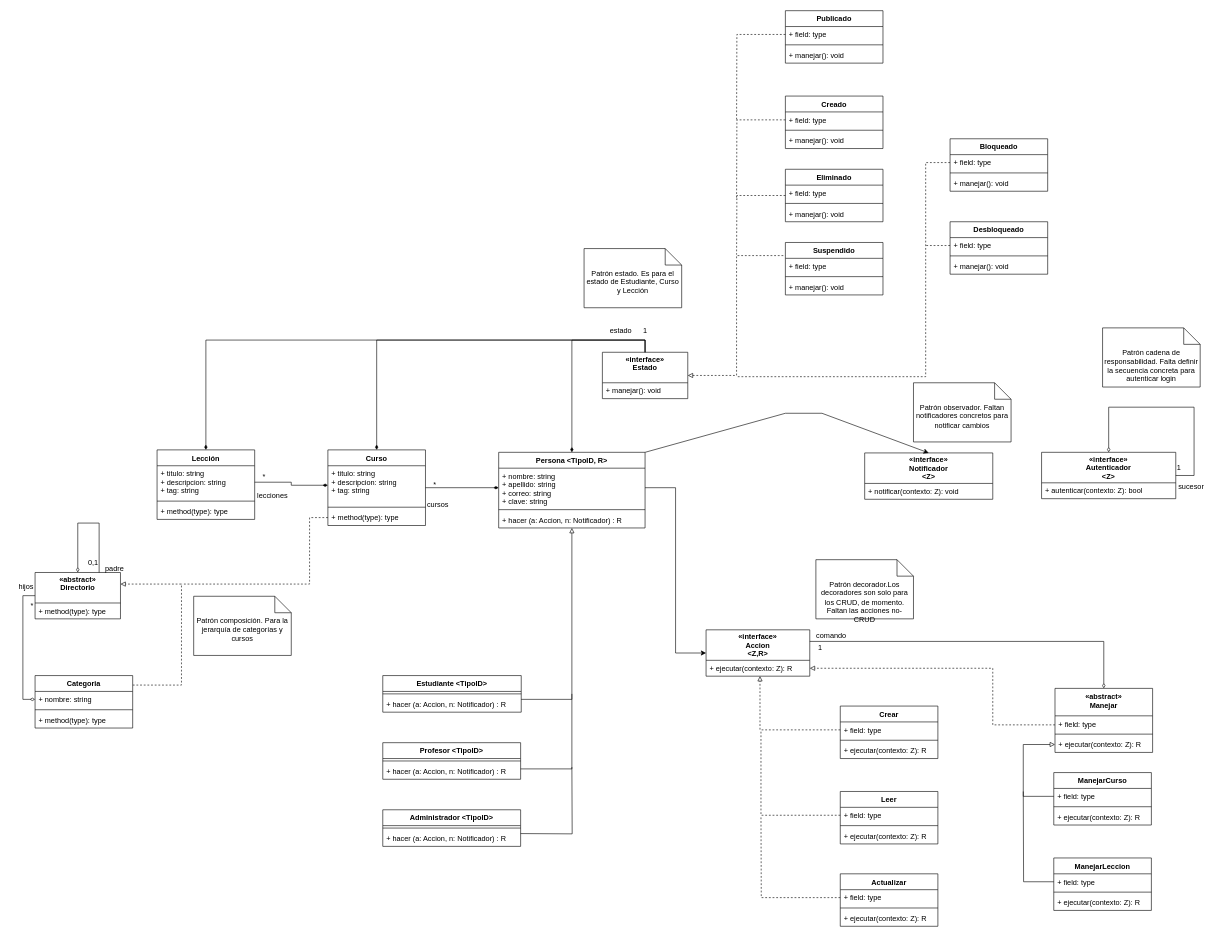
Above: page "Page-1" (1 of 2) of Propuesta1ProyectoDesarrollo.drawio in ernestod10/Diagramas (draw.io), before the change. Source tidied: cells renumbered, new cells numbered last; positions are measured from the earlier drawing's top-left corner, leaving out a move shared by most shapes. Both pictures are drawn from the tidied source at 61%, with x=0, y=0 at pixel (10, 10).
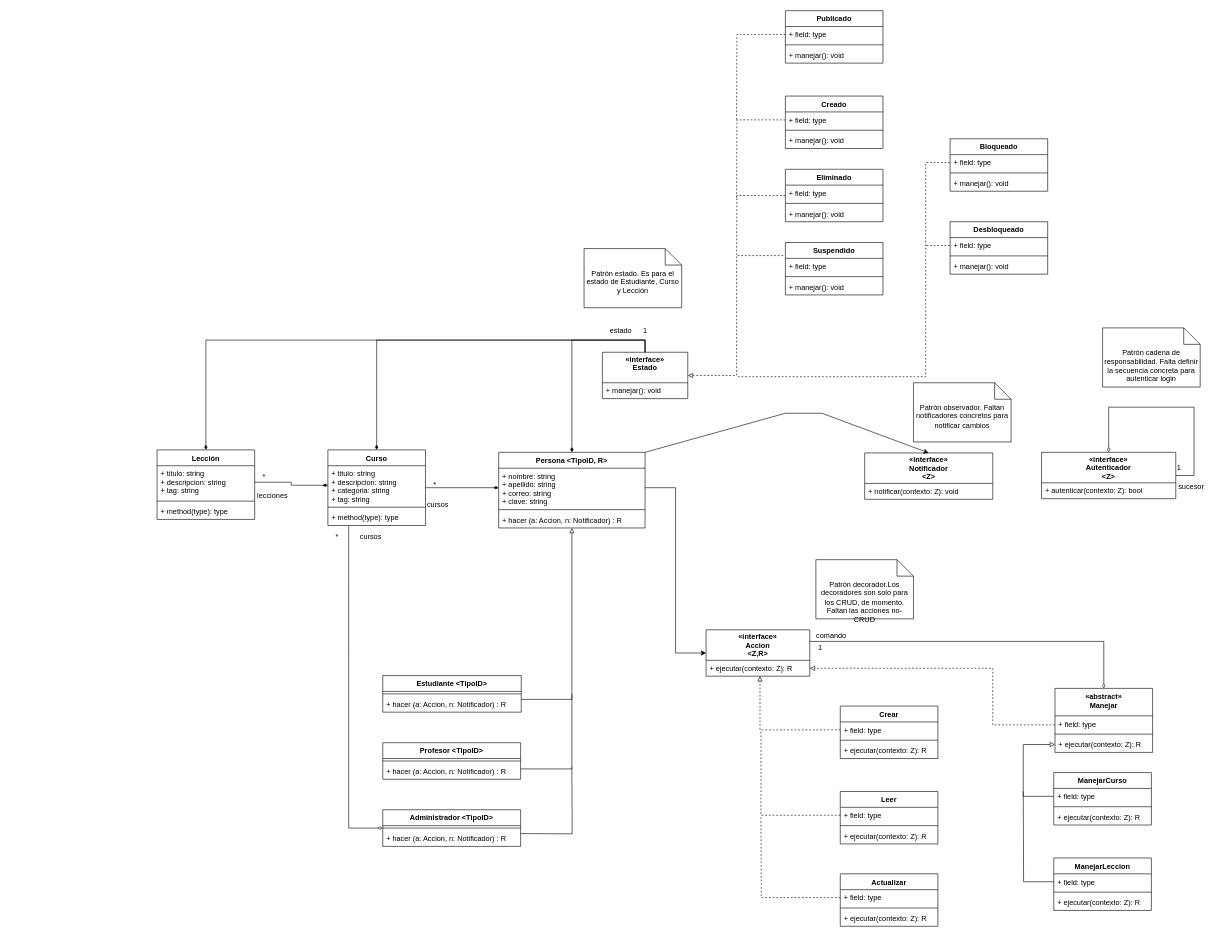
Above is the later version.

Commit message:
Update Propuesta1ProyectoDesarrollo.drawio (Patrón Composición Eliminado)

Unchanged cells that the change refers to:
```xml
<mxCell id="14" value="Administrador &lt;TipoID&gt;" style="swimlane;fontStyle=1;align=center;verticalAlign=top;horizontal=1;startSize=26;" parent="1" vertex="1">
  <mxGeometry x="610" y="1310" width="226" height="60" as="geometry" />
</mxCell>
<mxCell id="27" value="Curso" style="swimlane;fontStyle=1;align=center;verticalAlign=top;horizontal=1;startSize=26;" parent="1" vertex="1">
  <mxGeometry x="520" y="720" width="160" height="124" as="geometry" />
</mxCell>
<mxCell id="30" value="+ method(type): type" style="text;strokeColor=none;fillColor=none;align=left;verticalAlign=top;spacingLeft=4;spacingRight=4;overflow=hidden;points=[[0,0.5],[1,0.5]];portConstraint=eastwest;" parent="27" vertex="1">
  <mxGeometry y="98" width="160" height="26" as="geometry" />
</mxCell>
```

Change to the diagram source:
```diff
@@
+    <mxCell id="132" style="edgeStyle=orthogonalEdgeStyle;rounded=0;jettySize=auto;html=1;entryX=0.213;entryY=1.038;entryDx=0;entryDy=0;entryPerimeter=0;endArrow=none;endFill=0;startArrow=diamondThin;startFill=0;" parent="1" edge="1" source="14" target="30">
+      <mxGeometry relative="1" as="geometry">
+        <Array as="points">
+          <mxPoint x="554" y="1340" />
+        </Array>
+      </mxGeometry>
+    </mxCell>
@@
-    <mxCell id="26" style="edgeStyle=orthogonalEdgeStyle;rounded=0;orthogonalLoop=1;jettySize=auto;html=1;entryX=0.75;entryY=0;entryDx=0;entryDy=0;strokeColor=default;startArrow=diamondThin;startFill=0;endArrow=none;endFill=0;exitX=0.5;exitY=0;exitDx=0;exitDy=0;" parent="1" edge="1" source="93" target="93">
-      <mxGeometry relative="1" as="geometry">
-        <Array as="points">
-          <mxPoint x="110" y="840" />
-          <mxPoint x="145" y="840" />
-        </Array>
-      </mxGeometry>
-    </mxCell>
@@
-    <mxCell id="28" value="+ titulo: string&#10;+ descripcion: string&#10;+ tag: string&#10;" style="text;strokeColor=none;fillColor=none;align=left;verticalAlign=top;spacingLeft=4;spacingRight=4;overflow=hidden;points=[[0,0.5],[1,0.5]];portConstraint=eastwest;" parent="27" vertex="1">
+    <mxCell id="28" value="+ titulo: string&#10;+ descripcion: string&#10;+ categoria: string&#10;+ tag: string&#10;" style="text;strokeColor=none;fillColor=none;align=left;verticalAlign=top;spacingLeft=4;spacingRight=4;overflow=hidden;points=[[0,0.5],[1,0.5]];portConstraint=eastwest;" parent="27" vertex="1">
       <mxGeometry y="26" width="160" height="64" as="geometry" />
     </mxCell>
@@
-    <mxCell id="93" value="«abstract»&#10;Directorio&#10;" style="swimlane;fontStyle=1;horizontal=1;startSize=50;fillColor=none;" parent="1" vertex="1">
-      <mxGeometry x="40" y="921" width="140" height="76" as="geometry" />
-    </mxCell>
-    <mxCell id="94" value="+ method(type): type" style="text;strokeColor=none;fillColor=none;align=left;verticalAlign=top;spacingLeft=4;spacingRight=4;overflow=hidden;" parent="93" vertex="1">
-      <mxGeometry y="50" width="140" height="26" as="geometry" />
-    </mxCell>
-    <mxCell id="95" style="edgeStyle=orthogonalEdgeStyle;rounded=0;jettySize=auto;html=1;entryX=1;entryY=0.25;entryDx=0;entryDy=0;strokeColor=default;startArrow=none;startFill=0;endArrow=block;endFill=0;dashed=1;exitX=1.001;exitY=0.181;exitDx=0;exitDy=0;exitPerimeter=0;" parent="1" edge="1" source="96" target="93">
-      <mxGeometry relative="1" as="geometry">
-        <Array as="points">
-          <mxPoint x="280" y="1106" />
-          <mxPoint x="280" y="940" />
-          <mxPoint x="190" y="940" />
-        </Array>
-      </mxGeometry>
-    </mxCell>
-    <mxCell id="96" value="Categoria" style="swimlane;fontStyle=1;align=center;verticalAlign=top;horizontal=1;startSize=26;" parent="1" vertex="1">
-      <mxGeometry x="40" y="1090" width="160" height="86" as="geometry" />
-    </mxCell>
-    <mxCell id="97" value="+ nombre: string" style="text;strokeColor=none;fillColor=none;align=left;verticalAlign=top;spacingLeft=4;spacingRight=4;overflow=hidden;points=[[0,0.5],[1,0.5]];portConstraint=eastwest;" parent="96" vertex="1">
-      <mxGeometry y="26" width="160" height="26" as="geometry" />
-    </mxCell>
-    <mxCell id="98" style="line;strokeWidth=1;fillColor=none;align=left;verticalAlign=middle;spacingTop=-1;spacingLeft=3;spacingRight=3;labelPosition=right;strokeColor=inherit;" parent="96" vertex="1">
-      <mxGeometry y="52" width="160" height="8" as="geometry" />
-    </mxCell>
-    <mxCell id="99" value="+ method(type): type" style="text;strokeColor=none;fillColor=none;align=left;verticalAlign=top;spacingLeft=4;spacingRight=4;overflow=hidden;" parent="96" vertex="1">
-      <mxGeometry y="60" width="160" height="26" as="geometry" />
-    </mxCell>
-    <mxCell id="100" style="edgeStyle=orthogonalEdgeStyle;rounded=0;jettySize=auto;html=1;entryX=0;entryY=0.5;entryDx=0;entryDy=0;strokeColor=default;startArrow=diamondThin;startFill=0;endArrow=none;endFill=0;" parent="1" edge="1" source="97" target="93">
-      <mxGeometry relative="1" as="geometry" />
-    </mxCell>
-    <mxCell id="101" value="*" style="text;html=1;align=center;verticalAlign=middle;strokeColor=none;fillColor=none;" parent="1" vertex="1">
-      <mxGeometry x="20" y="960" width="30" height="30" as="geometry" />
-    </mxCell>
-    <mxCell id="102" value="hijos" style="text;html=1;align=center;verticalAlign=middle;strokeColor=none;fillColor=none;" parent="1" vertex="1">
-      <mxGeometry y="930" width="50" height="30" as="geometry" />
-    </mxCell>
-    <mxCell id="103" style="edgeStyle=orthogonalEdgeStyle;rounded=0;jettySize=auto;html=1;dashed=1;strokeColor=default;startArrow=none;startFill=0;endArrow=none;endFill=0;exitX=0;exitY=0.5;exitDx=0;exitDy=0;" parent="1" edge="1" source="30">
-      <mxGeometry relative="1" as="geometry">
-        <mxPoint x="280" y="940" as="targetPoint" />
-        <Array as="points">
-          <mxPoint x="490" y="831" />
-          <mxPoint x="490" y="940" />
-        </Array>
-      </mxGeometry>
-    </mxCell>
-    <mxCell id="104" value="0,1" style="text;html=1;align=center;verticalAlign=middle;strokeColor=none;fillColor=none;" parent="1" vertex="1">
-      <mxGeometry x="115" y="891" width="40" height="30" as="geometry" />
-    </mxCell>
-    <mxCell id="105" value="padre" style="text;html=1;align=center;verticalAlign=middle;strokeColor=none;fillColor=none;" parent="1" vertex="1">
-      <mxGeometry x="145" y="900" width="50" height="30" as="geometry" />
-    </mxCell>
@@
-    <mxCell id="131" value="Patrón composición. Para la jerarquía de categorías y cursos" style="shape=note2;boundedLbl=1;whiteSpace=wrap;html=1;size=27;verticalAlign=top;align=center;" parent="1" vertex="1">
-      <mxGeometry x="300" y="960" width="160" height="97" as="geometry" />
-    </mxCell>
+    <mxCell id="101" value="*" style="text;html=1;align=center;verticalAlign=middle;strokeColor=none;fillColor=none;" parent="1" vertex="1">
+      <mxGeometry x="520" y="848" width="30" height="30" as="geometry" />
+    </mxCell>
+    <mxCell id="133" value="cursos" style="text;html=1;align=center;verticalAlign=middle;strokeColor=none;fillColor=none;" parent="1" vertex="1">
+      <mxGeometry x="560" y="848" width="60" height="30" as="geometry" />
+    </mxCell>
```
